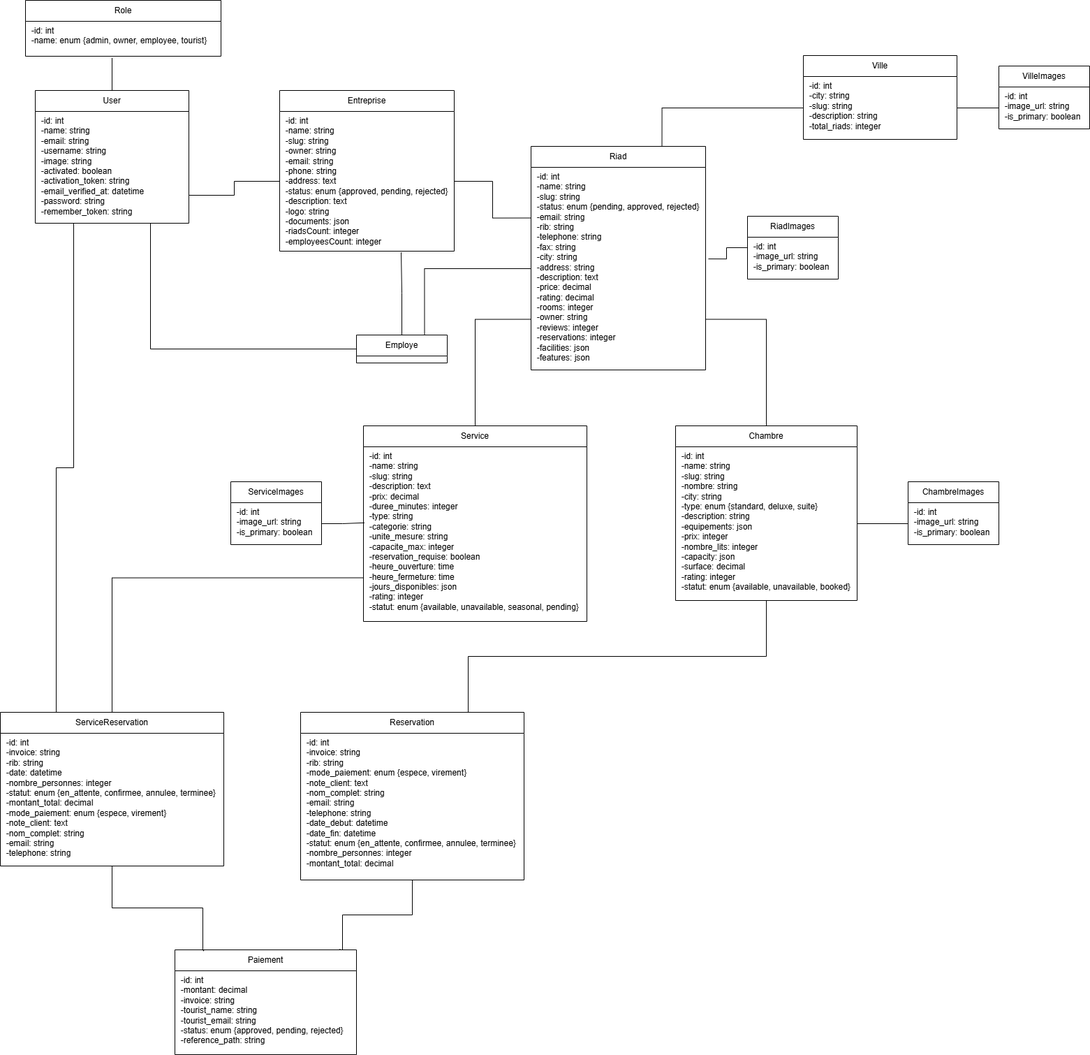
Above: UML/classDiagram.drawio.png in Mohammed-Ben-Cheikh/ProjectFllRouge (draw.io), before the change. Source tidied: cells renumbered, new cells last; positions are measured from the earlier drawing's top-left corner, leaving out a move shared by most shapes.
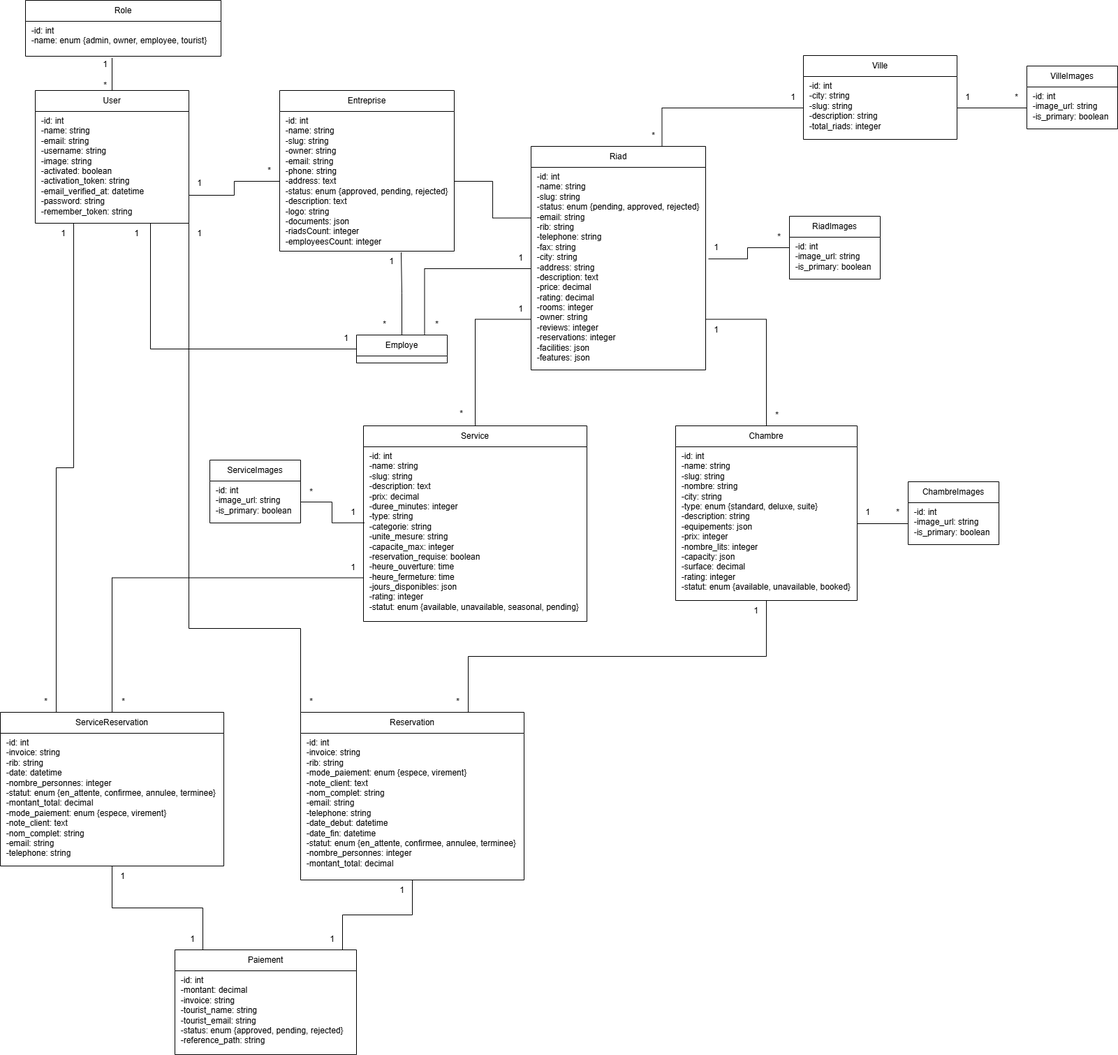
The same diagram one commit later.

Commit message:
Mettre à jour classDiagram.drawio.png

Diff of the diagram source:
```diff
@@ -78,19 +78,19 @@
       <mxGeometry y="30" width="130" height="60" as="geometry" />
     </mxCell>
     <mxCell id="27" value="ServiceImages" style="swimlane;fontStyle=0;horizontal=1;startSize=30;whiteSpace=wrap;html=1;" parent="1" vertex="1">
-      <mxGeometry x="330" y="689" width="130" height="90" as="geometry" />
+      <mxGeometry x="300" y="658" width="130" height="90" as="geometry" />
     </mxCell>
     <mxCell id="28" value="  -id: int&#10;  -image_url: string&#10;  -is_primary: boolean" style="text;whiteSpace=wrap;" parent="27" vertex="1">
       <mxGeometry y="30" width="130" height="60" as="geometry" />
     </mxCell>
     <mxCell id="29" value="RiadImages" style="swimlane;fontStyle=0;horizontal=1;startSize=30;whiteSpace=wrap;html=1;" parent="1" vertex="1">
-      <mxGeometry x="1070" y="309" width="130" height="90" as="geometry" />
+      <mxGeometry x="1130" y="309" width="130" height="90" as="geometry" />
     </mxCell>
     <mxCell id="30" value="  -id: int&#10;  -image_url: string&#10;  -is_primary: boolean" style="text;whiteSpace=wrap;" parent="29" vertex="1">
       <mxGeometry y="30" width="130" height="60" as="geometry" />
     </mxCell>
     <mxCell id="31" value="VilleImages" style="swimlane;fontStyle=0;horizontal=1;startSize=30;whiteSpace=wrap;html=1;" parent="1" vertex="1">
-      <mxGeometry x="1430" y="94" width="130" height="90" as="geometry" />
+      <mxGeometry x="1470" y="94" width="130" height="90" as="geometry" />
     </mxCell>
     <mxCell id="32" value="  -id: int&#10;  -image_url: string&#10;  -is_primary: boolean" style="text;whiteSpace=wrap;" parent="31" vertex="1">
       <mxGeometry y="30" width="130" height="60" as="geometry" />
@@ -104,22 +104,19 @@
     <mxCell id="35" value="Employe" style="swimlane;fontStyle=0;horizontal=1;startSize=30;whiteSpace=wrap;html=1;" parent="1" vertex="1">
       <mxGeometry x="510" y="479" width="130" height="40" as="geometry" />
     </mxCell>
-    <mxCell id="36" style="edgeStyle=orthogonalEdgeStyle;rounded=0;jettySize=auto;html=1;exitX=0.5;exitY=1;exitDx=0;exitDy=0;entryX=0.909;entryY=-0.01;entryDx=0;entryDy=0;entryPerimeter=0;endArrow=none;startFill=0;" parent="1" edge="1" source="17" target="23">
+    <mxCell id="36" style="edgeStyle=orthogonalEdgeStyle;rounded=0;jettySize=auto;html=1;exitX=0.5;exitY=1;exitDx=0;exitDy=0;endArrow=none;startFill=0;" parent="1" edge="1" source="17" target="23">
       <mxGeometry relative="1" as="geometry">
         <Array as="points">
           <mxPoint x="590" y="1309" />
           <mxPoint x="490" y="1309" />
-          <mxPoint x="490" y="1359" />
-          <mxPoint x="486" y="1359" />
         </Array>
       </mxGeometry>
     </mxCell>
-    <mxCell id="37" style="edgeStyle=orthogonalEdgeStyle;rounded=0;jettySize=auto;html=1;exitX=0.5;exitY=1;exitDx=0;exitDy=0;entryX=0.159;entryY=0.01;entryDx=0;entryDy=0;entryPerimeter=0;endArrow=none;startFill=0;" parent="1" edge="1" source="10" target="23">
+    <mxCell id="37" style="edgeStyle=orthogonalEdgeStyle;rounded=0;jettySize=auto;html=1;exitX=0.5;exitY=1;exitDx=0;exitDy=0;endArrow=none;startFill=0;" parent="1" edge="1" source="10" target="23">
       <mxGeometry relative="1" as="geometry">
         <Array as="points">
           <mxPoint x="160" y="1299" />
           <mxPoint x="290" y="1299" />
-          <mxPoint x="290" y="1359" />
         </Array>
       </mxGeometry>
     </mxCell>
@@ -160,5 +157,123 @@
     <mxCell id="48" style="edgeStyle=orthogonalEdgeStyle;rounded=0;jettySize=auto;html=1;exitX=0;exitY=0.5;exitDx=0;exitDy=0;entryX=0.75;entryY=0;entryDx=0;entryDy=0;endArrow=none;startFill=0;" parent="1" edge="1" source="19" target="35">
       <mxGeometry relative="1" as="geometry" />
     </mxCell>
+    <mxCell id="49" value="1" style="text;html=1;align=center;verticalAlign=middle;strokeColor=none;fillColor=none;" parent="1" vertex="1">
+      <mxGeometry x="135" y="77" width="30" height="30" as="geometry" />
+    </mxCell>
+    <mxCell id="50" value="*" style="text;html=1;align=center;verticalAlign=middle;strokeColor=none;fillColor=none;" parent="1" vertex="1">
+      <mxGeometry x="135" y="107" width="30" height="30" as="geometry" />
+    </mxCell>
+    <mxCell id="51" value="1" style="text;html=1;align=center;verticalAlign=middle;strokeColor=none;fillColor=none;" parent="1" vertex="1">
+      <mxGeometry x="270" y="247" width="30" height="30" as="geometry" />
+    </mxCell>
+    <mxCell id="52" value="*" style="text;html=1;align=center;verticalAlign=middle;strokeColor=none;fillColor=none;" parent="1" vertex="1">
+      <mxGeometry x="370" y="229" width="30" height="30" as="geometry" />
+    </mxCell>
+    <mxCell id="53" value="1" style="text;html=1;align=center;verticalAlign=middle;strokeColor=none;fillColor=none;" parent="1" vertex="1">
+      <mxGeometry x="180" y="319" width="30" height="30" as="geometry" />
+    </mxCell>
+    <mxCell id="54" value="1" style="text;html=1;align=center;verticalAlign=middle;strokeColor=none;fillColor=none;" parent="1" vertex="1">
+      <mxGeometry x="480" y="469" width="30" height="30" as="geometry" />
+    </mxCell>
+    <mxCell id="55" value="1" style="text;html=1;align=center;verticalAlign=middle;strokeColor=none;fillColor=none;" parent="1" vertex="1">
+      <mxGeometry x="545" y="359" width="30" height="30" as="geometry" />
+    </mxCell>
+    <mxCell id="56" value="*" style="text;html=1;align=center;verticalAlign=middle;strokeColor=none;fillColor=none;" parent="1" vertex="1">
+      <mxGeometry x="535" y="449" width="30" height="30" as="geometry" />
+    </mxCell>
+    <mxCell id="57" value="1" style="text;html=1;align=center;verticalAlign=middle;strokeColor=none;fillColor=none;" parent="1" vertex="1">
+      <mxGeometry x="730" y="354" width="30" height="30" as="geometry" />
+    </mxCell>
+    <mxCell id="58" value="*" style="text;html=1;align=center;verticalAlign=middle;strokeColor=none;fillColor=none;" parent="1" vertex="1">
+      <mxGeometry x="610" y="449" width="30" height="30" as="geometry" />
+    </mxCell>
+    <mxCell id="59" value="*" style="text;html=1;align=center;verticalAlign=middle;strokeColor=none;fillColor=none;" parent="1" vertex="1">
+      <mxGeometry x="645" y="577" width="30" height="30" as="geometry" />
+    </mxCell>
+    <mxCell id="60" value="1" style="text;html=1;align=center;verticalAlign=middle;strokeColor=none;fillColor=none;" parent="1" vertex="1">
+      <mxGeometry x="730" y="427" width="30" height="30" as="geometry" />
+    </mxCell>
+    <mxCell id="61" value="*" style="text;html=1;align=center;verticalAlign=middle;strokeColor=none;fillColor=none;" parent="1" vertex="1">
+      <mxGeometry x="920" y="179" width="30" height="30" as="geometry" />
+    </mxCell>
+    <mxCell id="62" value="1" style="text;html=1;align=center;verticalAlign=middle;strokeColor=none;fillColor=none;" parent="1" vertex="1">
+      <mxGeometry x="1120" y="124" width="30" height="30" as="geometry" />
+    </mxCell>
+    <mxCell id="63" value="1" style="text;html=1;align=center;verticalAlign=middle;strokeColor=none;fillColor=none;" parent="1" vertex="1">
+      <mxGeometry x="1370" y="124" width="30" height="30" as="geometry" />
+    </mxCell>
+    <mxCell id="64" value="*" style="text;html=1;align=center;verticalAlign=middle;strokeColor=none;fillColor=none;" parent="1" vertex="1">
+      <mxGeometry x="1440" y="124" width="30" height="30" as="geometry" />
+    </mxCell>
+    <mxCell id="65" value="1" style="text;html=1;align=center;verticalAlign=middle;strokeColor=none;fillColor=none;" parent="1" vertex="1">
+      <mxGeometry x="1010" y="339" width="30" height="30" as="geometry" />
+    </mxCell>
+    <mxCell id="66" value="*" style="text;html=1;align=center;verticalAlign=middle;strokeColor=none;fillColor=none;" parent="1" vertex="1">
+      <mxGeometry x="1100" y="324" width="30" height="30" as="geometry" />
+    </mxCell>
+    <mxCell id="67" value="1" style="text;html=1;align=center;verticalAlign=middle;strokeColor=none;fillColor=none;" parent="1" vertex="1">
+      <mxGeometry x="1010" y="457" width="30" height="30" as="geometry" />
+    </mxCell>
+    <mxCell id="68" value="*" style="text;html=1;align=center;verticalAlign=middle;strokeColor=none;fillColor=none;" parent="1" vertex="1">
+      <mxGeometry x="1097" y="579" width="30" height="30" as="geometry" />
+    </mxCell>
+    <mxCell id="69" value="1" style="text;html=1;align=center;verticalAlign=middle;strokeColor=none;fillColor=none;" parent="1" vertex="1">
+      <mxGeometry x="490" y="718" width="30" height="30" as="geometry" />
+    </mxCell>
+    <mxCell id="70" value="*" style="text;html=1;align=center;verticalAlign=middle;strokeColor=none;fillColor=none;" parent="1" vertex="1">
+      <mxGeometry x="430" y="689" width="30" height="30" as="geometry" />
+    </mxCell>
+    <mxCell id="71" style="edgeStyle=orthogonalEdgeStyle;rounded=0;jettySize=auto;html=1;entryX=0;entryY=0;entryDx=0;entryDy=0;endArrow=none;startFill=0;" parent="1" edge="1" target="16">
+      <mxGeometry relative="1" as="geometry">
+        <mxPoint x="270" y="319" as="sourcePoint" />
+        <Array as="points">
+          <mxPoint x="270" y="319" />
+          <mxPoint x="270" y="899" />
+          <mxPoint x="430" y="899" />
+        </Array>
+      </mxGeometry>
+    </mxCell>
+    <mxCell id="72" value="1" style="text;html=1;align=center;verticalAlign=middle;strokeColor=none;fillColor=none;" parent="1" vertex="1">
+      <mxGeometry x="1067" y="859" width="30" height="30" as="geometry" />
+    </mxCell>
+    <mxCell id="73" value="*" style="text;html=1;align=center;verticalAlign=middle;strokeColor=none;fillColor=none;" parent="1" vertex="1">
+      <mxGeometry x="640" y="989" width="30" height="30" as="geometry" />
+    </mxCell>
+    <mxCell id="74" value="*" style="text;html=1;align=center;verticalAlign=middle;strokeColor=none;fillColor=none;" parent="1" vertex="1">
+      <mxGeometry x="430" y="989" width="30" height="30" as="geometry" />
+    </mxCell>
+    <mxCell id="75" value="1" style="text;html=1;align=center;verticalAlign=middle;strokeColor=none;fillColor=none;" parent="1" vertex="1">
+      <mxGeometry x="270" y="319" width="30" height="30" as="geometry" />
+    </mxCell>
+    <mxCell id="76" value="1" style="text;html=1;align=center;verticalAlign=middle;strokeColor=none;fillColor=none;" parent="1" vertex="1">
+      <mxGeometry x="75" y="319" width="30" height="30" as="geometry" />
+    </mxCell>
+    <mxCell id="77" value="1" style="text;html=1;align=center;verticalAlign=middle;strokeColor=none;fillColor=none;" parent="1" vertex="1">
+      <mxGeometry x="490" y="797" width="30" height="30" as="geometry" />
+    </mxCell>
+    <mxCell id="78" value="*" style="text;html=1;align=center;verticalAlign=middle;strokeColor=none;fillColor=none;" parent="1" vertex="1">
+      <mxGeometry x="161" y="989" width="30" height="30" as="geometry" />
+    </mxCell>
+    <mxCell id="79" value="*" style="text;html=1;align=center;verticalAlign=middle;strokeColor=none;fillColor=none;" parent="1" vertex="1">
+      <mxGeometry x="50" y="989" width="30" height="30" as="geometry" />
+    </mxCell>
+    <mxCell id="80" value="1" style="text;html=1;align=center;verticalAlign=middle;strokeColor=none;fillColor=none;" parent="1" vertex="1">
+      <mxGeometry x="160" y="1239" width="30" height="30" as="geometry" />
+    </mxCell>
+    <mxCell id="81" value="1" style="text;html=1;align=center;verticalAlign=middle;strokeColor=none;fillColor=none;" parent="1" vertex="1">
+      <mxGeometry x="260" y="1329" width="30" height="30" as="geometry" />
+    </mxCell>
+    <mxCell id="82" value="1" style="text;html=1;align=center;verticalAlign=middle;strokeColor=none;fillColor=none;" parent="1" vertex="1">
+      <mxGeometry x="560" y="1259" width="30" height="30" as="geometry" />
+    </mxCell>
+    <mxCell id="83" value="1" style="text;html=1;align=center;verticalAlign=middle;strokeColor=none;fillColor=none;" parent="1" vertex="1">
+      <mxGeometry x="460" y="1329" width="30" height="30" as="geometry" />
+    </mxCell>
+    <mxCell id="84" value="1" style="text;html=1;align=center;verticalAlign=middle;strokeColor=none;fillColor=none;" parent="1" vertex="1">
+      <mxGeometry x="1227" y="718" width="30" height="30" as="geometry" />
+    </mxCell>
+    <mxCell id="85" value="*" style="text;html=1;align=center;verticalAlign=middle;strokeColor=none;fillColor=none;" parent="1" vertex="1">
+      <mxGeometry x="1270" y="718" width="30" height="30" as="geometry" />
+    </mxCell>
   </root>
 </mxGraphModel>
```
